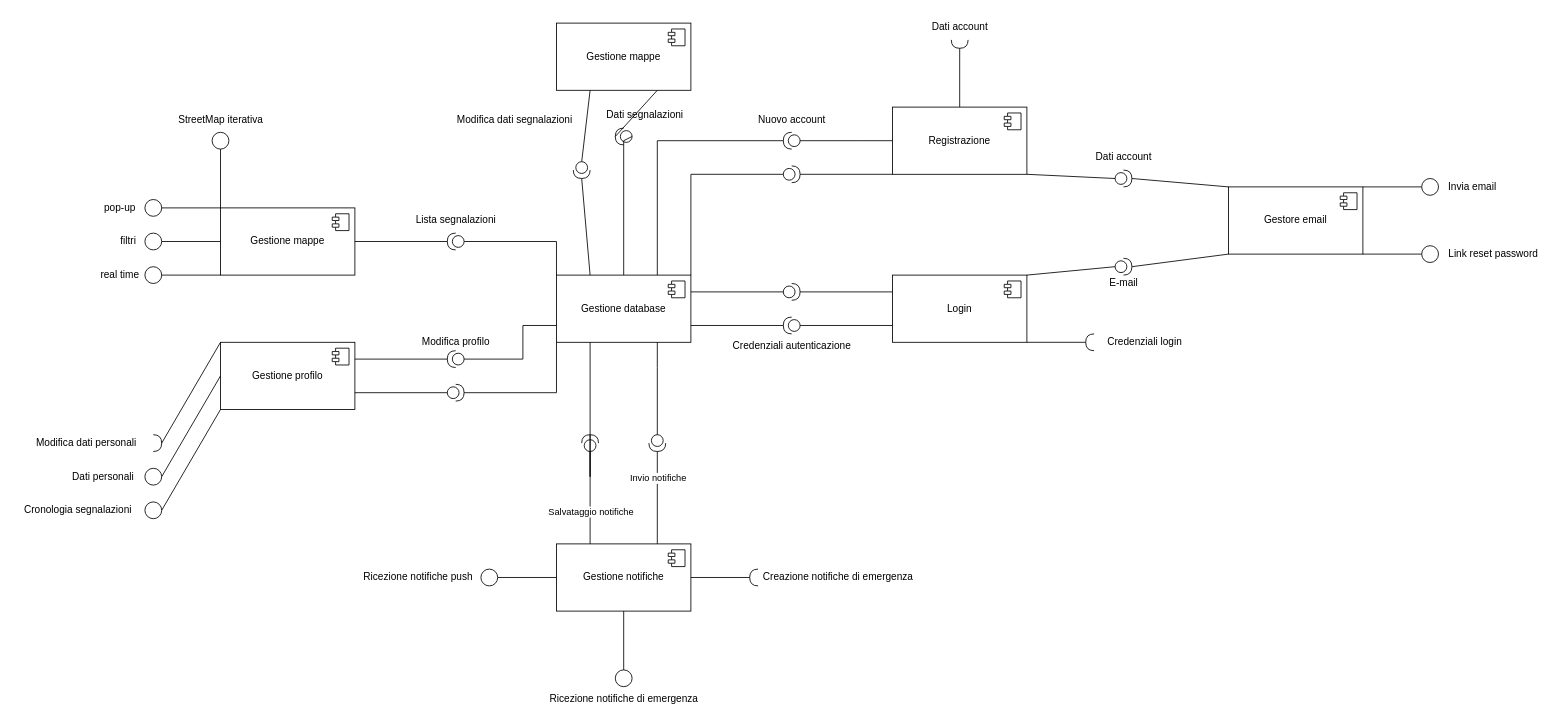
This is page "Copia di Pagina-1" (2 of 2) of ComponentDiagram.drawio from LucaBarbolini/Prova1, a draw.io file, before an edit. Source tidied: cells renumbered, new cells numbered last; positions are measured from the earlier drawing's top-left corner, leaving out a move shared by most shapes. Both pictures are drawn from the tidied source at 84%, with x=0, y=0 at pixel (14, 14).
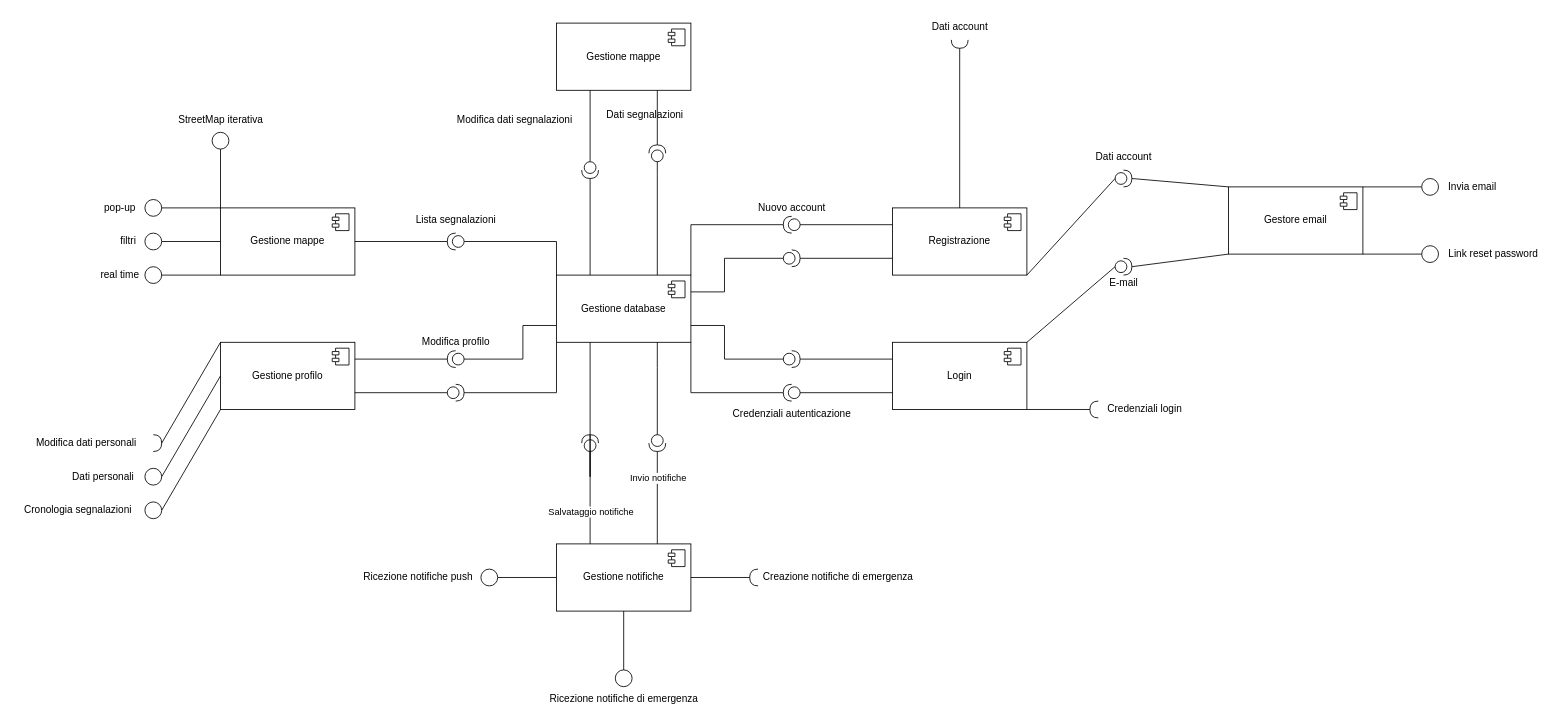
Above is the later version.

Unchanged cells that the change refers to:
```xml
<mxCell id="2" value="Gestione database" style="html=1;whiteSpace=wrap;" parent="1" vertex="1">
  <mxGeometry x="645" y="310" width="160" height="80" as="geometry" />
</mxCell>
```

Diff of the diagram source:
```diff
@@
     <mxCell id="6" value="Registrazione" style="html=1;whiteSpace=wrap;fontFamily=Helvetica;" parent="1" vertex="1">
-      <mxGeometry x="1045" y="110" width="160" height="80" as="geometry" />
+      <mxGeometry x="1045" y="230" width="160" height="80" as="geometry" />
     </mxCell>
@@
     <mxCell id="8" value="Login" style="html=1;whiteSpace=wrap;" parent="1" vertex="1">
-      <mxGeometry x="1045" y="310" width="160" height="80" as="geometry" />
+      <mxGeometry x="1045" y="390" width="160" height="80" as="geometry" />
     </mxCell>
@@
     <mxCell id="19" style="shape=requiredInterface;html=1;verticalLabelPosition=bottom;sketch=0;direction=west;" parent="1" vertex="1">
-      <mxGeometry x="1275" y="380" width="10" height="20" as="geometry" />
+      <mxGeometry x="1280" y="460" width="10" height="20" as="geometry" />
     </mxCell>
@@
     <mxCell id="21" value="Credenziali login" style="text;html=1;align=center;verticalAlign=middle;strokeColor=none;fillColor=none;" parent="1" vertex="1">
-      <mxGeometry x="1290" y="375" width="110" height="30" as="geometry" />
+      <mxGeometry x="1290" y="455" width="110" height="30" as="geometry" />
     </mxCell>
@@
     <mxCell id="39" style="shape=providedRequiredInterface;html=1;verticalLabelPosition=bottom;sketch=0;direction=west;rotation=0;" parent="1" vertex="1">
-      <mxGeometry x="915" y="140" width="20" height="20" as="geometry" />
+      <mxGeometry x="915" y="240" width="20" height="20" as="geometry" />
     </mxCell>
-    <mxCell id="40" style="endArrow=none;html=1;rounded=0;entryX=0.75;entryY=0;entryDx=0;entryDy=0;exitX=1;exitY=0.5;exitDx=0;exitDy=0;exitPerimeter=0;" parent="1" edge="1" source="39" target="2">
+    <mxCell id="40" style="endArrow=none;html=1;rounded=0;entryX=1;entryY=0;entryDx=0;entryDy=0;exitX=1;exitY=0.5;exitDx=0;exitDy=0;exitPerimeter=0;" parent="1" edge="1" source="39" target="2">
       <mxGeometry relative="1" as="geometry">
         <Array as="points">
-          <mxPoint x="765" y="150" />
+          <mxPoint x="805" y="250" />
         </Array>
       </mxGeometry>
     </mxCell>
-    <mxCell id="41" style="endArrow=none;html=1;rounded=0;entryX=0;entryY=0.5;entryDx=0;entryDy=0;exitX=0;exitY=0.5;exitDx=0;exitDy=0;exitPerimeter=0;" parent="1" edge="1" source="39" target="6">
+    <mxCell id="41" style="endArrow=none;html=1;rounded=0;entryX=0;entryY=0.25;entryDx=0;entryDy=0;exitX=0;exitY=0.5;exitDx=0;exitDy=0;exitPerimeter=0;" parent="1" edge="1" source="39" target="6">
       <mxGeometry relative="1" as="geometry">
         <Array as="points">
-          <mxPoint x="1005" y="150" />
+          <mxPoint x="1005" y="250" />
         </Array>
       </mxGeometry>
     </mxCell>
     <mxCell id="42" value="Nuovo account" style="text;html=1;align=center;verticalAlign=middle;strokeColor=none;fillColor=none;" parent="1" vertex="1">
-      <mxGeometry x="875" y="110" width="100" height="30" as="geometry" />
+      <mxGeometry x="875" y="215" width="100" height="30" as="geometry" />
     </mxCell>
@@
     <mxCell id="44" style="shape=providedRequiredInterface;html=1;verticalLabelPosition=bottom;sketch=0;direction=west;rotation=0;" parent="1" vertex="1">
-      <mxGeometry x="915" y="360" width="20" height="20" as="geometry" />
+      <mxGeometry x="915" y="440" width="20" height="20" as="geometry" />
     </mxCell>
-    <mxCell id="45" style="endArrow=none;html=1;rounded=0;entryX=1;entryY=0.5;entryDx=0;entryDy=0;entryPerimeter=0;exitX=1;exitY=0.75;exitDx=0;exitDy=0;" parent="1" edge="1" source="2" target="44">
-      <mxGeometry relative="1" as="geometry" />
+    <mxCell id="45" style="endArrow=none;html=1;rounded=0;entryX=1;entryY=0.5;entryDx=0;entryDy=0;entryPerimeter=0;exitX=1;exitY=1;exitDx=0;exitDy=0;" parent="1" edge="1" source="2" target="44">
+      <mxGeometry relative="1" as="geometry">
+        <Array as="points">
+          <mxPoint x="805" y="450" />
+        </Array>
+      </mxGeometry>
     </mxCell>
@@
     <mxCell id="47" value="Credenziali autenticazione" style="text;html=1;align=center;verticalAlign=middle;strokeColor=none;fillColor=none;" parent="1" vertex="1">
-      <mxGeometry x="845" y="380" width="160" height="30" as="geometry" />
+      <mxGeometry x="845" y="460" width="160" height="30" as="geometry" />
     </mxCell>
@@
     <mxCell id="59" style="shape=providedRequiredInterface;html=1;verticalLabelPosition=bottom;sketch=0;direction=south;" parent="1" vertex="1">
-      <mxGeometry x="665" y="175" width="20" height="20" as="geometry" />
+      <mxGeometry x="675" y="175" width="20" height="20" as="geometry" />
     </mxCell>
@@
     <mxCell id="88" style="shape=providedRequiredInterface;html=1;verticalLabelPosition=bottom;sketch=0;direction=east;rotation=0;" parent="1" vertex="1">
-      <mxGeometry x="915" y="180" width="20" height="20" as="geometry" />
+      <mxGeometry x="915" y="280" width="20" height="20" as="geometry" />
     </mxCell>
-    <mxCell id="89" style="endArrow=none;html=1;rounded=0;entryX=0;entryY=1;entryDx=0;entryDy=0;exitX=1;exitY=0.5;exitDx=0;exitDy=0;exitPerimeter=0;" parent="1" edge="1" source="88" target="6">
+    <mxCell id="89" style="endArrow=none;html=1;rounded=0;entryX=0;entryY=0.75;entryDx=0;entryDy=0;exitX=1;exitY=0.5;exitDx=0;exitDy=0;exitPerimeter=0;" parent="1" edge="1" source="88" target="6">
       <mxGeometry relative="1" as="geometry" />
     </mxCell>
-    <mxCell id="90" style="endArrow=none;html=1;rounded=0;entryX=0;entryY=0.5;entryDx=0;entryDy=0;entryPerimeter=0;exitX=1;exitY=0;exitDx=0;exitDy=0;" parent="1" edge="1" source="2" target="88">
+    <mxCell id="90" style="endArrow=none;html=1;rounded=0;entryX=0;entryY=0.5;entryDx=0;entryDy=0;entryPerimeter=0;exitX=1;exitY=0.25;exitDx=0;exitDy=0;" parent="1" edge="1" source="2" target="88">
       <mxGeometry relative="1" as="geometry">
         <Array as="points">
-          <mxPoint x="805" y="190" />
+          <mxPoint x="845" y="330" />
+          <mxPoint x="845" y="290" />
         </Array>
       </mxGeometry>
     </mxCell>
-    <mxCell id="91" style="shape=providedRequiredInterface;html=1;verticalLabelPosition=bottom;sketch=0;direction=west;" parent="1" vertex="1">
-      <mxGeometry x="715" y="135" width="20" height="20" as="geometry" />
+    <mxCell id="91" style="shape=providedRequiredInterface;html=1;verticalLabelPosition=bottom;sketch=0;direction=north;" parent="1" vertex="1">
+      <mxGeometry x="755" y="155" width="20" height="20" as="geometry" />
     </mxCell>
@@
-    <mxCell id="93" style="endArrow=none;html=1;rounded=0;entryX=0.5;entryY=0;entryDx=0;entryDy=0;exitX=0;exitY=0.5;exitDx=0;exitDy=0;exitPerimeter=0;" parent="1" edge="1" source="91" target="2">
+    <mxCell id="93" style="endArrow=none;html=1;rounded=0;entryX=0.75;entryY=0;entryDx=0;entryDy=0;exitX=0;exitY=0.5;exitDx=0;exitDy=0;exitPerimeter=0;" parent="1" edge="1" source="91" target="2">
       <mxGeometry relative="1" as="geometry">
         <Array as="points">
-          <mxPoint x="725" y="150" />
+          <mxPoint x="765" y="190" />
         </Array>
       </mxGeometry>
     </mxCell>
@@
     <mxCell id="97" style="shape=providedRequiredInterface;html=1;verticalLabelPosition=bottom;sketch=0;direction=east;rotation=0;" parent="1" vertex="1">
-      <mxGeometry x="915" y="320" width="20" height="20" as="geometry" />
+      <mxGeometry x="915" y="400" width="20" height="20" as="geometry" />
     </mxCell>
-    <mxCell id="98" style="endArrow=none;html=1;rounded=0;entryX=0;entryY=0.5;entryDx=0;entryDy=0;entryPerimeter=0;exitX=1;exitY=0.25;exitDx=0;exitDy=0;" parent="1" edge="1" source="2" target="97">
-      <mxGeometry relative="1" as="geometry" />
+    <mxCell id="98" style="endArrow=none;html=1;rounded=0;entryX=0;entryY=0.5;entryDx=0;entryDy=0;entryPerimeter=0;exitX=1;exitY=0.75;exitDx=0;exitDy=0;" parent="1" edge="1" source="2" target="97">
+      <mxGeometry relative="1" as="geometry">
+        <Array as="points">
+          <mxPoint x="845" y="370" />
+          <mxPoint x="845" y="410" />
+        </Array>
+      </mxGeometry>
     </mxCell>
```
